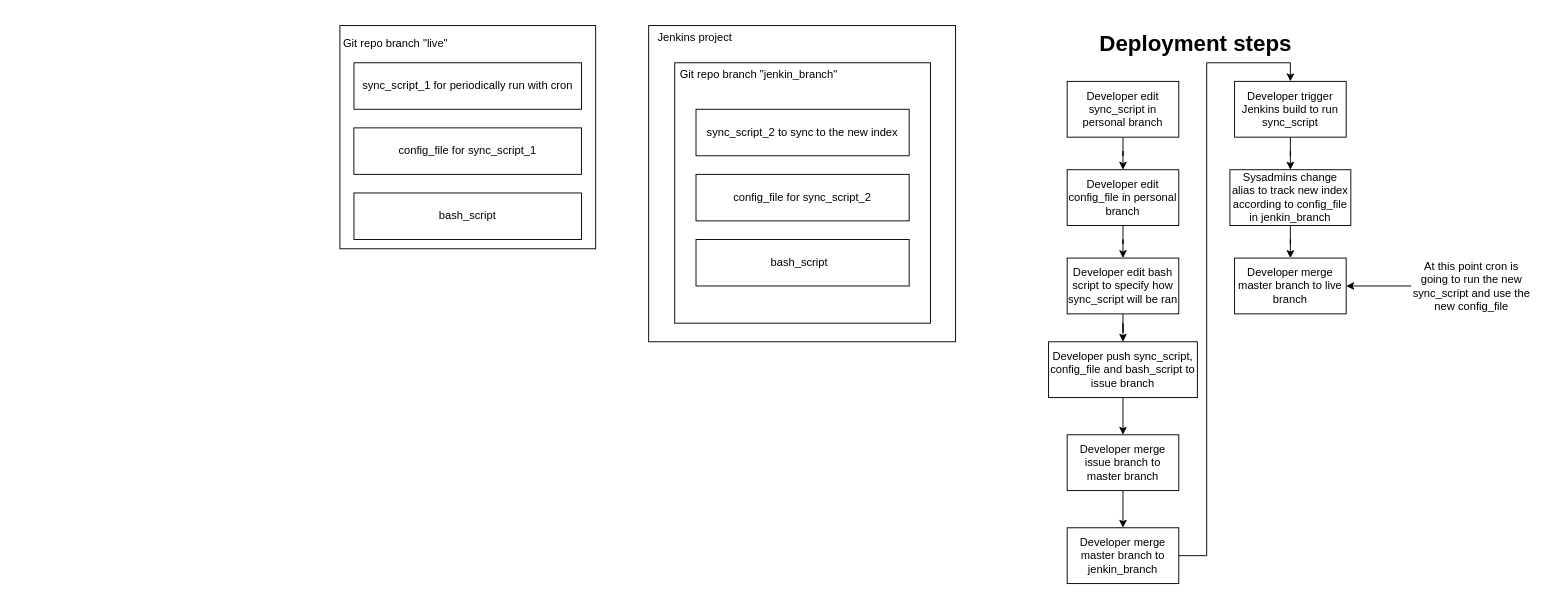
Earlier version of the draw.io diagram system_architecture.drawio (happymix555/jenkins_tutorial). Source tidied: cells renumbered, new cells numbered last; positions are measured from the earlier drawing's top-left corner, leaving out a move shared by most shapes. Both pictures are drawn from the tidied source at 93%, with x=0, y=0 at pixel (339, 25).
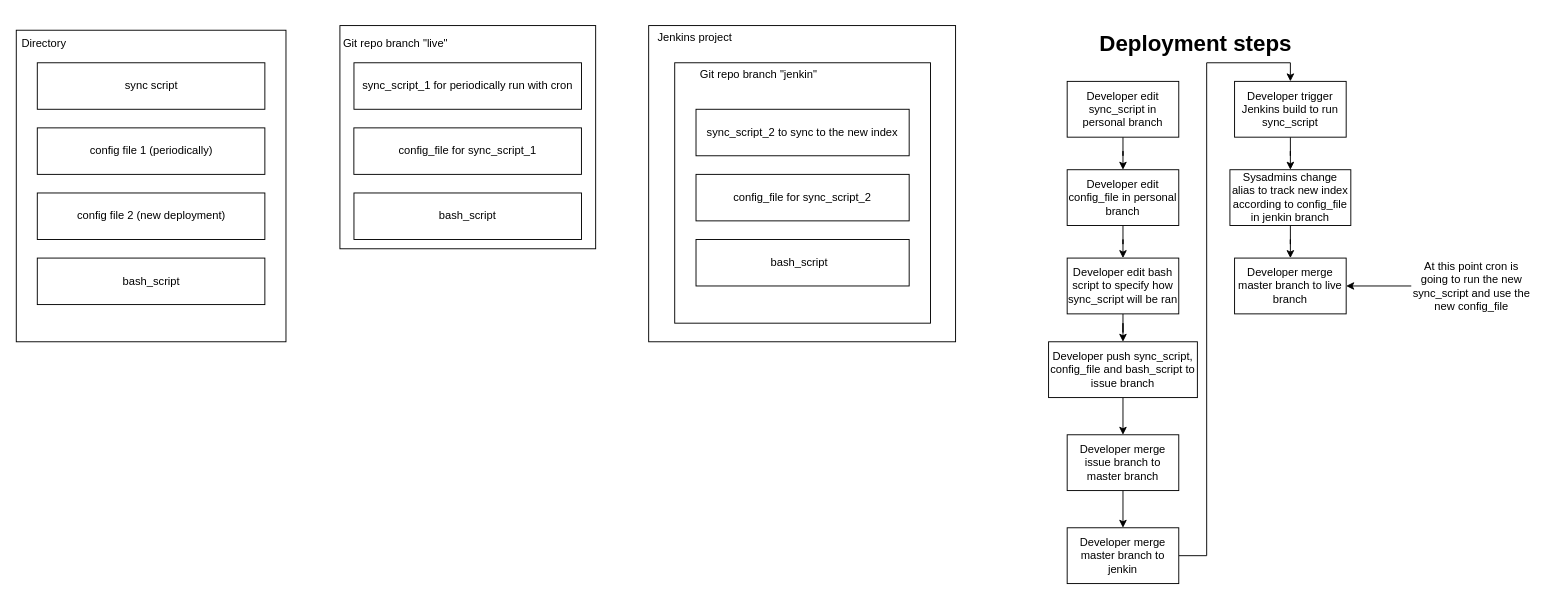
After the change.

Commit message (it also covers changes not shown here):
update system architecture and remove unused comment

The change refers to these unchanged cells:
```xml
<mxCell id="2" style="group;" parent="1" vertex="1">
  <mxGeometry x="332" width="330" height="340" as="geometry" />
</mxCell>
```

What changed in the source:
```diff
@@
-    <mxCell id="7" value="Git repo branch &quot;jenkin_branch&quot;" style="text;html=1;strokeColor=none;fillColor=none;align=center;verticalAlign=middle;whiteSpace=wrap;rounded=0;" parent="2" vertex="1">
+    <mxCell id="7" value="Git repo branch &quot;jenkin&quot;" style="text;html=1;strokeColor=none;fillColor=none;align=center;verticalAlign=middle;whiteSpace=wrap;rounded=0;" parent="2" vertex="1">
       <mxGeometry x="27" y="40" width="183" height="25" as="geometry" />
     </mxCell>
@@
-    <mxCell id="27" value="Developer merge master branch to jenkin_branch" style="rounded=0;whiteSpace=wrap;html=1;" parent="1" vertex="1">
+    <mxCell id="27" value="Developer merge master branch to jenkin" style="rounded=0;whiteSpace=wrap;html=1;" parent="1" vertex="1">
       <mxGeometry x="782" y="540" width="120" height="60" as="geometry" />
     </mxCell>
@@
-    <mxCell id="33" value="Sysadmins change alias to track new index according to config_file in jenkin_branch" style="rounded=0;whiteSpace=wrap;html=1;" parent="1" vertex="1">
+    <mxCell id="33" value="Sysadmins change alias to track new index according to config_file in jenkin branch" style="rounded=0;whiteSpace=wrap;html=1;" parent="1" vertex="1">
       <mxGeometry x="957" y="155" width="130" height="60" as="geometry" />
     </mxCell>
@@
+    <mxCell id="37" style="rounded=0;whiteSpace=wrap;html=1;" parent="1" vertex="1">
+      <mxGeometry x="-348" y="5" width="290" height="335" as="geometry" />
+    </mxCell>
+    <mxCell id="38" value="Directory" style="text;html=1;strokeColor=none;fillColor=none;align=center;verticalAlign=middle;whiteSpace=wrap;rounded=0;" parent="1" vertex="1">
+      <mxGeometry x="-348" y="5" width="60" height="30" as="geometry" />
+    </mxCell>
+    <mxCell id="39" value="sync script" style="rounded=0;whiteSpace=wrap;html=1;" parent="1" vertex="1">
+      <mxGeometry x="-325.4" y="40" width="244.7" height="50" as="geometry" />
+    </mxCell>
+    <mxCell id="40" value="config file 1 (periodically)" style="rounded=0;whiteSpace=wrap;html=1;" parent="1" vertex="1">
+      <mxGeometry x="-325.4" y="110" width="244.7" height="50" as="geometry" />
+    </mxCell>
+    <mxCell id="41" value="config file 2 (new deployment)" style="rounded=0;whiteSpace=wrap;html=1;" parent="1" vertex="1">
+      <mxGeometry x="-325.4" y="180" width="244.7" height="50" as="geometry" />
+    </mxCell>
+    <mxCell id="42" value="bash_script" style="rounded=0;whiteSpace=wrap;html=1;" parent="1" vertex="1">
+      <mxGeometry x="-325.4" y="250" width="244.7" height="50" as="geometry" />
+    </mxCell>
```
